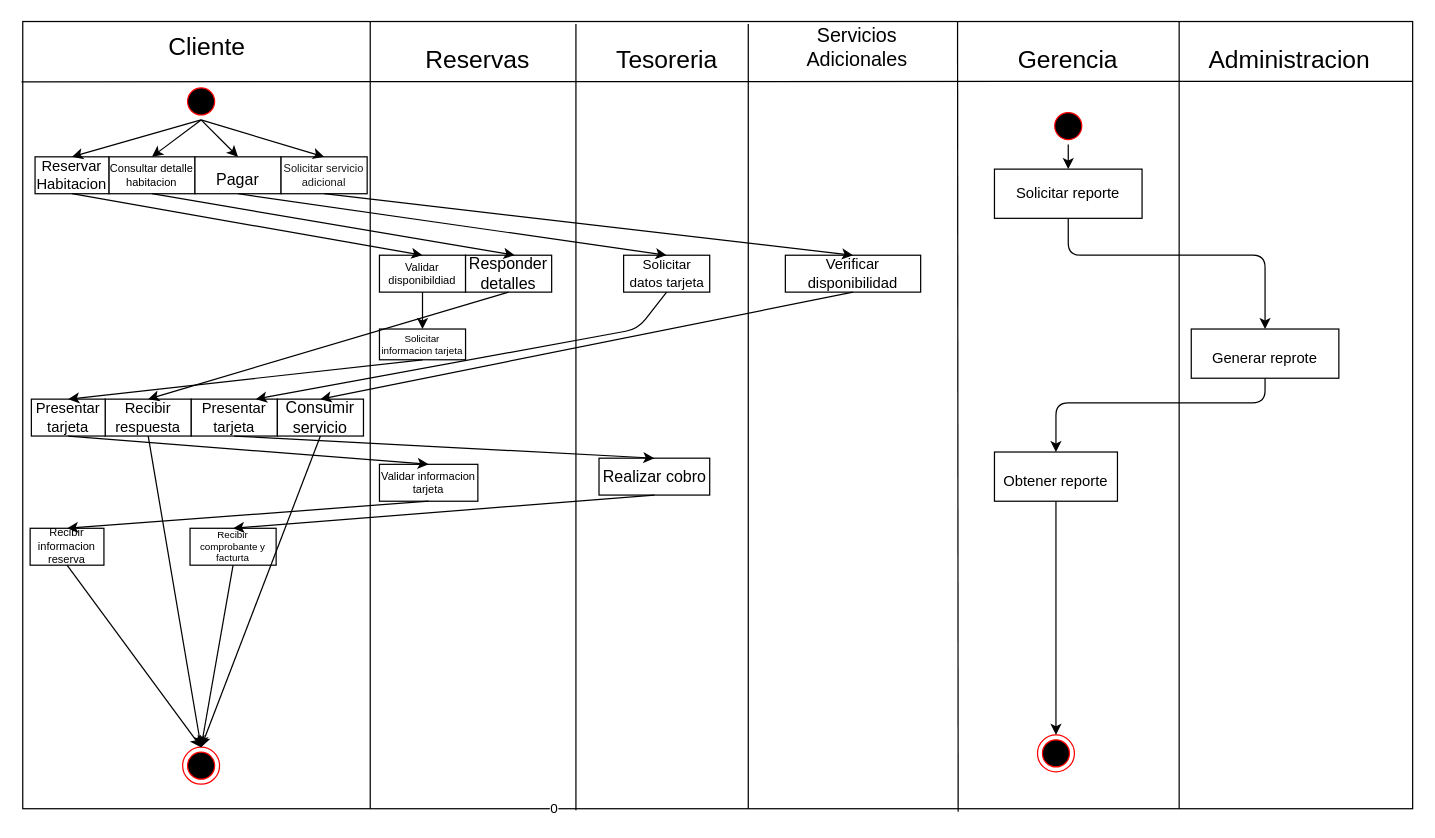
This is DiagramaCompleto.drawio from sportelliluciano/diagramas-aninfo, a draw.io file, before an edit. Source tidied: cells renumbered, new cells numbered last; positions are measured from the earlier drawing's top-left corner, leaving out a move shared by most shapes. Both pictures are drawn from the tidied source at 123%, with x=0, y=0 at pixel (21, 21).
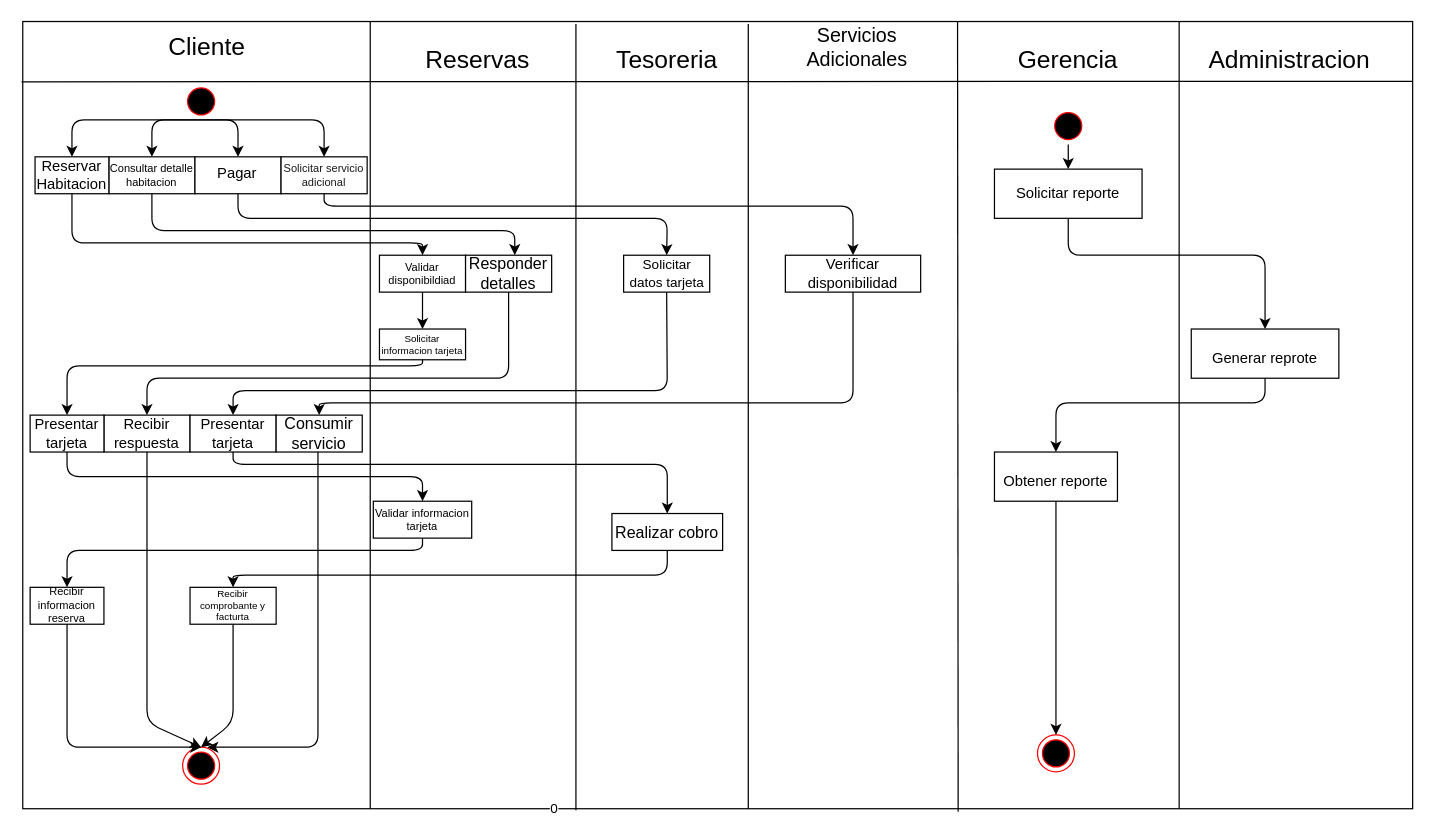
Above is the later version.

Commit message:
Actualizo diagrama completo

Unchanged cells that the change refers to:
```xml
<mxCell id="15" style="ellipse;html=1;shape=startState;fillColor=#000000;strokeColor=#ff0000;fontSize=20;" parent="1" vertex="1">
  <mxGeometry x="131" y="50" width="30" height="30" as="geometry" />
</mxCell>
<mxCell id="18" style="ellipse;html=1;shape=endState;fillColor=#000000;strokeColor=#ff0000;fontSize=20;" parent="1" vertex="1">
  <mxGeometry x="131" y="590" width="30" height="30" as="geometry" />
</mxCell>
<mxCell id="26" value="Solicitar informacion tarjeta" style="rounded=0;whiteSpace=wrap;html=1;fontSize=8;" parent="1" vertex="1">
  <mxGeometry x="291" y="250" width="70" height="25" as="geometry" />
</mxCell>
<mxCell id="27" value="&lt;font style=&quot;font-size: 9px;&quot;&gt;Consultar detalle habitacion&lt;/font&gt;" style="rounded=0;whiteSpace=wrap;html=1;fontSize=9;" parent="1" vertex="1">
  <mxGeometry x="71" y="110" width="70" height="30" as="geometry" />
</mxCell>
<mxCell id="28" value="Verificar disponibilidad" style="rounded=0;whiteSpace=wrap;html=1;fontSize=12;" parent="1" vertex="1">
  <mxGeometry x="621" y="190" width="110" height="30" as="geometry" />
</mxCell>
<mxCell id="29" value="Solicitar datos tarjeta" style="rounded=0;whiteSpace=wrap;html=1;fontSize=11;" parent="1" vertex="1">
  <mxGeometry x="489.5" y="190" width="70" height="30" as="geometry" />
</mxCell>
<mxCell id="30" value="Reservar Habitacion" style="rounded=0;whiteSpace=wrap;html=1;fontSize=12;" parent="1" vertex="1">
  <mxGeometry x="11" y="110" width="60" height="30" as="geometry" />
</mxCell>
<mxCell id="31" value="Validar disponibildiad" style="rounded=0;whiteSpace=wrap;html=1;fontSize=9;" parent="1" vertex="1">
  <mxGeometry x="291" y="190" width="70" height="30" as="geometry" />
</mxCell>
<mxCell id="34" value="&lt;span style=&quot;line-height: 20%; font-size: 9px;&quot;&gt;&lt;font style=&quot;font-size: 9px;&quot;&gt;Solicitar servicio adicional&lt;/font&gt;&lt;/span&gt;" style="rounded=0;whiteSpace=wrap;html=1;fontSize=9;textOpacity=90;spacing=2;" parent="1" vertex="1">
  <mxGeometry x="211" y="110" width="70" height="30" as="geometry" />
</mxCell>
<mxCell id="35" value="Responder detalles" style="rounded=0;whiteSpace=wrap;html=1;fontSize=13;" parent="1" vertex="1">
  <mxGeometry x="361" y="190" width="70" height="30" as="geometry" />
</mxCell>
```

The edit, as a diff of the source:
```diff
@@
     <mxCell id="32" value="Validar informacion tarjeta" style="rounded=0;whiteSpace=wrap;html=1;fontSize=9;" parent="1" vertex="1">
-      <mxGeometry x="291" y="360" width="80" height="30" as="geometry" />
+      <mxGeometry x="286" y="390" width="80" height="30" as="geometry" />
     </mxCell>
-    <mxCell id="33" value="&lt;font style=&quot;font-size: 13px&quot;&gt;Pagar&lt;/font&gt;" style="rounded=0;whiteSpace=wrap;html=1;fontSize=20;" parent="1" vertex="1">
+    <mxCell id="33" value="&lt;p&gt;&lt;font style=&quot;font-size: 12px&quot;&gt;Pagar&lt;/font&gt;&lt;/p&gt;" style="rounded=0;whiteSpace=wrap;html=1;fontSize=20;align=center;spacing=-13;verticalAlign=bottom;spacingLeft=-1;" parent="1" vertex="1">
       <mxGeometry x="141" y="110" width="70" height="30" as="geometry" />
     </mxCell>
@@
     <mxCell id="36" style="endArrow=classic;html=1;fontSize=16;exitX=0.5;exitY=1;exitDx=0;exitDy=0;entryX=0.5;entryY=0;entryDx=0;entryDy=0;" parent="1" edge="1" source="15" target="34">
-      <mxGeometry relative="1" as="geometry" />
+      <mxGeometry relative="1" as="geometry">
+        <Array as="points">
+          <mxPoint x="246" y="80" />
+        </Array>
+      </mxGeometry>
     </mxCell>
     <mxCell id="37" style="endArrow=classic;html=1;fontSize=16;exitX=0.5;exitY=1;exitDx=0;exitDy=0;entryX=0.5;entryY=0;entryDx=0;entryDy=0;" parent="1" edge="1" source="15" target="33">
-      <mxGeometry relative="1" as="geometry" />
+      <mxGeometry relative="1" as="geometry">
+        <Array as="points">
+          <mxPoint x="176" y="80" />
+        </Array>
+      </mxGeometry>
     </mxCell>
     <mxCell id="38" style="endArrow=classic;html=1;fontSize=16;exitX=0.5;exitY=1;exitDx=0;exitDy=0;entryX=0.5;entryY=0;entryDx=0;entryDy=0;" parent="1" edge="1" source="15" target="27">
-      <mxGeometry relative="1" as="geometry" />
+      <mxGeometry relative="1" as="geometry">
+        <Array as="points">
+          <mxPoint x="106" y="80" />
+        </Array>
+      </mxGeometry>
     </mxCell>
     <mxCell id="39" style="endArrow=classic;html=1;fontSize=16;exitX=0.5;exitY=1;exitDx=0;exitDy=0;entryX=0.5;entryY=0;entryDx=0;entryDy=0;" parent="1" edge="1" source="15" target="30">
-      <mxGeometry relative="1" as="geometry" />
+      <mxGeometry relative="1" as="geometry">
+        <Array as="points">
+          <mxPoint x="41" y="80" />
+        </Array>
+      </mxGeometry>
     </mxCell>
     <mxCell id="40" style="endArrow=classic;html=1;fontSize=16;exitX=0.5;exitY=1;exitDx=0;exitDy=0;entryX=0.5;entryY=0;entryDx=0;entryDy=0;" parent="1" edge="1" source="34" target="28">
-      <mxGeometry relative="1" as="geometry" />
+      <mxGeometry relative="1" as="geometry">
+        <Array as="points">
+          <mxPoint x="246" y="150" />
+          <mxPoint x="676" y="150" />
+        </Array>
+      </mxGeometry>
     </mxCell>
     <mxCell id="41" style="endArrow=classic;html=1;fontSize=16;exitX=0.5;exitY=1;exitDx=0;exitDy=0;entryX=0.5;entryY=0;entryDx=0;entryDy=0;" parent="1" edge="1" source="33" target="29">
-      <mxGeometry relative="1" as="geometry" />
+      <mxGeometry relative="1" as="geometry">
+        <Array as="points">
+          <mxPoint x="176" y="160" />
+          <mxPoint x="525" y="160" />
+        </Array>
+      </mxGeometry>
     </mxCell>
     <mxCell id="42" style="endArrow=classic;html=1;fontSize=16;exitX=0.5;exitY=1;exitDx=0;exitDy=0;" parent="1" edge="1" source="27">
       <mxGeometry relative="1" as="geometry">
         <mxPoint x="401" y="190" as="targetPoint" />
+        <Array as="points">
+          <mxPoint x="106" y="170" />
+          <mxPoint x="401" y="170" />
+        </Array>
       </mxGeometry>
     </mxCell>
     <mxCell id="43" style="endArrow=classic;html=1;fontSize=16;exitX=0.5;exitY=1;exitDx=0;exitDy=0;entryX=0.5;entryY=0;entryDx=0;entryDy=0;" parent="1" edge="1" source="30" target="31">
-      <mxGeometry relative="1" as="geometry" />
+      <mxGeometry relative="1" as="geometry">
+        <Array as="points">
+          <mxPoint x="41" y="180" />
+          <mxPoint x="326" y="180" />
+        </Array>
+      </mxGeometry>
     </mxCell>
@@
     <mxCell id="45" value="Realizar cobro" style="rounded=0;whiteSpace=wrap;html=1;fontSize=13;" parent="1" vertex="1">
-      <mxGeometry x="469.5" y="355" width="90" height="30" as="geometry" />
+      <mxGeometry x="480" y="400" width="90" height="30" as="geometry" />
     </mxCell>
@@
     <mxCell id="47" value="Recibir respuesta" style="rounded=0;whiteSpace=wrap;html=1;fontSize=12;" parent="1" vertex="1">
-      <mxGeometry x="68" y="307" width="70" height="30" as="geometry" />
+      <mxGeometry x="67" y="320" width="70" height="30" as="geometry" />
     </mxCell>
     <mxCell id="48" value="Presentar tarjeta" style="rounded=0;whiteSpace=wrap;html=1;fontSize=12;" parent="1" vertex="1">
-      <mxGeometry x="8" y="307" width="60" height="30" as="geometry" />
+      <mxGeometry x="7" y="320" width="60" height="30" as="geometry" />
     </mxCell>
     <mxCell id="49" value="Presentar tarjeta" style="rounded=0;whiteSpace=wrap;html=1;fontSize=12;" parent="1" vertex="1">
-      <mxGeometry x="138" y="307" width="70" height="30" as="geometry" />
+      <mxGeometry x="137" y="320" width="70" height="30" as="geometry" />
     </mxCell>
     <mxCell id="50" value="Consumir servicio" style="rounded=0;whiteSpace=wrap;html=1;fontSize=13;" parent="1" vertex="1">
-      <mxGeometry x="208" y="307" width="70" height="30" as="geometry" />
+      <mxGeometry x="207" y="320" width="70" height="30" as="geometry" />
     </mxCell>
     <mxCell id="51" value="Recibir informacion reserva" style="rounded=0;whiteSpace=wrap;html=1;fontSize=9;" parent="1" vertex="1">
-      <mxGeometry x="7" y="412" width="60" height="30" as="geometry" />
+      <mxGeometry x="7" y="460" width="60" height="30" as="geometry" />
     </mxCell>
-    <mxCell id="52" value="Recibir comprobante y facturta" style="rounded=0;whiteSpace=wrap;html=1;fontSize=8;" parent="1" vertex="1">
-      <mxGeometry x="137" y="412" width="70" height="30" as="geometry" />
-    </mxCell>
     <mxCell id="53" style="endArrow=classic;html=1;fontSize=16;exitX=0.5;exitY=1;exitDx=0;exitDy=0;entryX=0.5;entryY=0;entryDx=0;entryDy=0;" parent="1" edge="1" source="26" target="48">
-      <mxGeometry relative="1" as="geometry" />
+      <mxGeometry relative="1" as="geometry">
+        <Array as="points">
+          <mxPoint x="326" y="280" />
+          <mxPoint x="37" y="280" />
+        </Array>
+      </mxGeometry>
     </mxCell>
     <mxCell id="54" style="endArrow=classic;html=1;fontSize=16;exitX=0.5;exitY=1;exitDx=0;exitDy=0;entryX=0.5;entryY=0;entryDx=0;entryDy=0;" parent="1" edge="1" source="35" target="47">
-      <mxGeometry relative="1" as="geometry" />
+      <mxGeometry relative="1" as="geometry">
+        <Array as="points">
+          <mxPoint x="396" y="290" />
+          <mxPoint x="102" y="290" />
+        </Array>
+      </mxGeometry>
     </mxCell>
-    <mxCell id="55" style="endArrow=classic;html=1;fontSize=16;exitX=0.5;exitY=1;exitDx=0;exitDy=0;entryX=0.75;entryY=0;entryDx=0;entryDy=0;" parent="1" edge="1" source="29" target="49">
+    <mxCell id="55" style="endArrow=classic;html=1;fontSize=16;exitX=0.5;exitY=1;exitDx=0;exitDy=0;entryX=0.5;entryY=0;entryDx=0;entryDy=0;" parent="1" edge="1" source="29" target="49">
       <mxGeometry relative="1" as="geometry">
         <Array as="points">
-          <mxPoint x="501" y="250" />
+          <mxPoint x="525" y="300" />
+          <mxPoint x="172" y="300" />
         </Array>
       </mxGeometry>
     </mxCell>
     <mxCell id="56" style="endArrow=classic;html=1;fontSize=16;exitX=0.5;exitY=1;exitDx=0;exitDy=0;entryX=0.5;entryY=0;entryDx=0;entryDy=0;" parent="1" edge="1" source="28" target="50">
-      <mxGeometry relative="1" as="geometry" />
+      <mxGeometry relative="1" as="geometry">
+        <Array as="points">
+          <mxPoint x="676" y="310" />
+          <mxPoint x="242" y="310" />
+        </Array>
+      </mxGeometry>
     </mxCell>
     <mxCell id="57" style="endArrow=classic;html=1;fontSize=16;exitX=0.5;exitY=1;exitDx=0;exitDy=0;entryX=0.5;entryY=0;entryDx=0;entryDy=0;" parent="1" edge="1" source="49" target="45">
-      <mxGeometry relative="1" as="geometry" />
+      <mxGeometry relative="1" as="geometry">
+        <Array as="points">
+          <mxPoint x="172" y="360" />
+          <mxPoint x="525" y="360" />
+        </Array>
+      </mxGeometry>
     </mxCell>
     <mxCell id="58" style="endArrow=classic;html=1;fontSize=16;exitX=0.5;exitY=1;exitDx=0;exitDy=0;entryX=0.5;entryY=0;entryDx=0;entryDy=0;" parent="1" edge="1" source="45" target="52">
-      <mxGeometry relative="1" as="geometry" />
+      <mxGeometry relative="1" as="geometry">
+        <Array as="points">
+          <mxPoint x="525" y="450" />
+          <mxPoint x="172" y="450" />
+        </Array>
+      </mxGeometry>
     </mxCell>
     <mxCell id="59" style="endArrow=classic;html=1;fontSize=16;exitX=0.5;exitY=1;exitDx=0;exitDy=0;entryX=0.5;entryY=0;entryDx=0;entryDy=0;" parent="1" edge="1" source="48" target="32">
-      <mxGeometry relative="1" as="geometry" />
+      <mxGeometry relative="1" as="geometry">
+        <Array as="points">
+          <mxPoint x="37" y="370" />
+          <mxPoint x="326" y="370" />
+        </Array>
+      </mxGeometry>
     </mxCell>
     <mxCell id="60" style="endArrow=classic;html=1;fontSize=16;exitX=0.5;exitY=1;exitDx=0;exitDy=0;entryX=0.5;entryY=0;entryDx=0;entryDy=0;" parent="1" edge="1" source="32" target="51">
-      <mxGeometry relative="1" as="geometry" />
+      <mxGeometry relative="1" as="geometry">
+        <Array as="points">
+          <mxPoint x="326" y="430" />
+          <mxPoint x="37" y="430" />
+        </Array>
+      </mxGeometry>
     </mxCell>
     <mxCell id="61" style="endArrow=classic;html=1;fontSize=16;exitX=0.5;exitY=1;exitDx=0;exitDy=0;entryX=0.5;entryY=0;entryDx=0;entryDy=0;" parent="1" edge="1" source="51" target="18">
-      <mxGeometry relative="1" as="geometry" />
+      <mxGeometry relative="1" as="geometry">
+        <Array as="points">
+          <mxPoint x="37" y="590" />
+        </Array>
+      </mxGeometry>
     </mxCell>
-    <mxCell id="62" style="endArrow=classic;html=1;fontSize=16;exitX=0.5;exitY=1;exitDx=0;exitDy=0;entryX=0.5;entryY=0;entryDx=0;entryDy=0;" parent="1" edge="1" source="52" target="18">
-      <mxGeometry relative="1" as="geometry" />
-    </mxCell>
     <mxCell id="63" style="endArrow=classic;html=1;fontSize=16;exitX=0.5;exitY=1;exitDx=0;exitDy=0;entryX=0.5;entryY=0;entryDx=0;entryDy=0;" parent="1" edge="1" source="47" target="18">
-      <mxGeometry relative="1" as="geometry" />
+      <mxGeometry relative="1" as="geometry">
+        <Array as="points">
+          <mxPoint x="102" y="570" />
+        </Array>
+      </mxGeometry>
     </mxCell>
-    <mxCell id="64" style="endArrow=classic;html=1;fontSize=16;exitX=0.5;exitY=1;exitDx=0;exitDy=0;entryX=0.5;entryY=0;entryDx=0;entryDy=0;" parent="1" edge="1" source="50" target="18">
-      <mxGeometry relative="1" as="geometry" />
+    <mxCell id="64" style="endArrow=classic;html=1;fontSize=16;exitX=0.5;exitY=1;exitDx=0;exitDy=0;entryX=0.5;entryY=0;entryDx=0;entryDy=0;" parent="1" edge="1" source="52" target="18">
+      <mxGeometry relative="1" as="geometry">
+        <Array as="points">
+          <mxPoint x="172" y="570" />
+        </Array>
+      </mxGeometry>
     </mxCell>
+    <mxCell id="52" value="Recibir comprobante y facturta" style="rounded=0;whiteSpace=wrap;html=1;fontSize=8;" parent="1" vertex="1">
+      <mxGeometry x="137" y="460" width="70" height="30" as="geometry" />
+    </mxCell>
+    <mxCell id="65" style="endArrow=classic;html=1;entryX=0.667;entryY=0;entryDx=0;entryDy=0;entryPerimeter=0;" parent="1" edge="1" target="18">
+      <mxGeometry relative="1" as="geometry">
+        <mxPoint x="241" y="350" as="sourcePoint" />
+        <Array as="points">
+          <mxPoint x="241" y="590" />
+        </Array>
+      </mxGeometry>
+    </mxCell>
```
